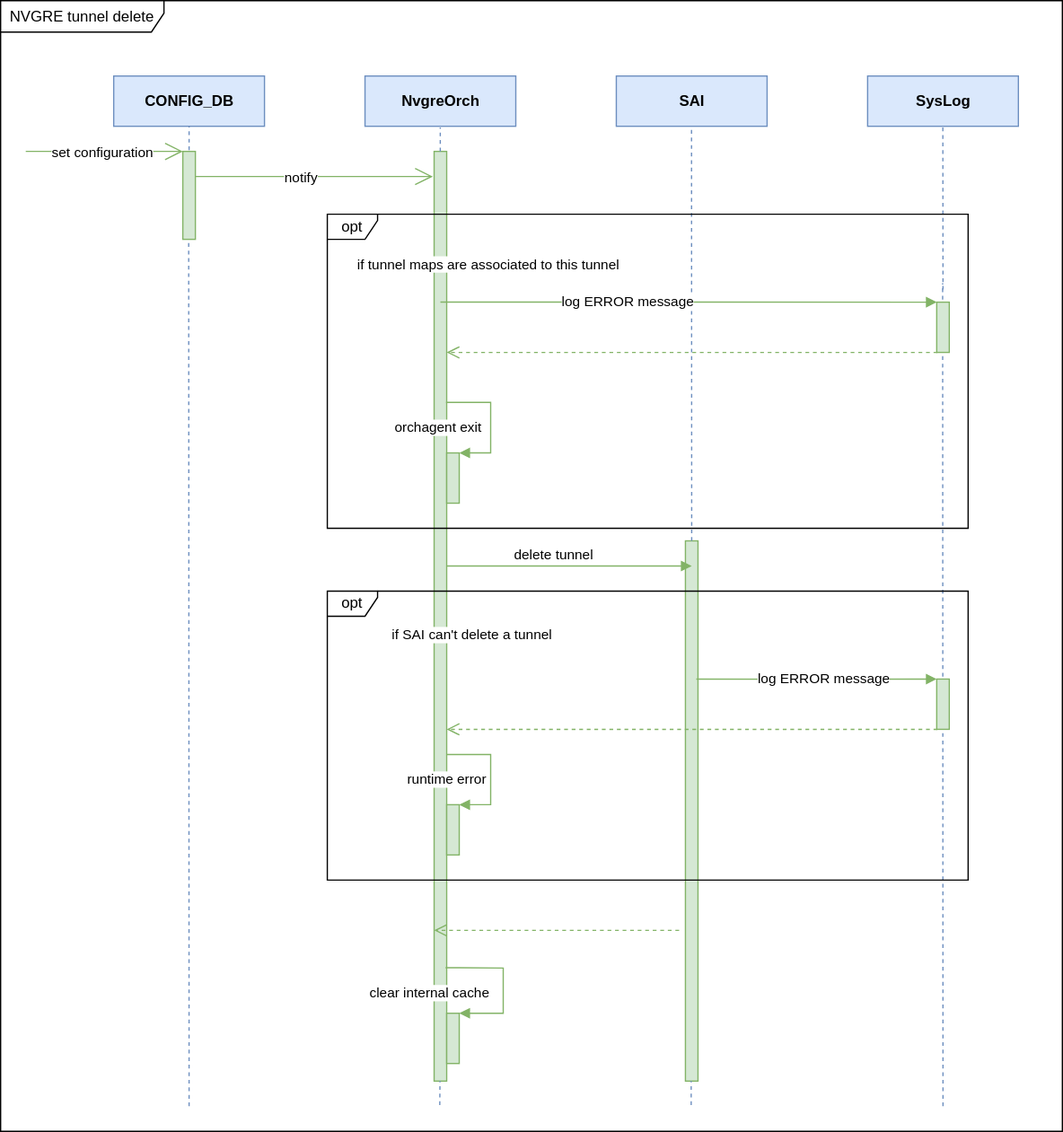
This is doc/nvgre_tunnel/images/nvgre_tunnel_delete_uml.svg from sonic-net/SONiC, a draw.io export, as it was before one commit. Source tidied: cells renumbered, new cells last; positions are measured from the earlier drawing's top-left corner, leaving out a move shared by most shapes.
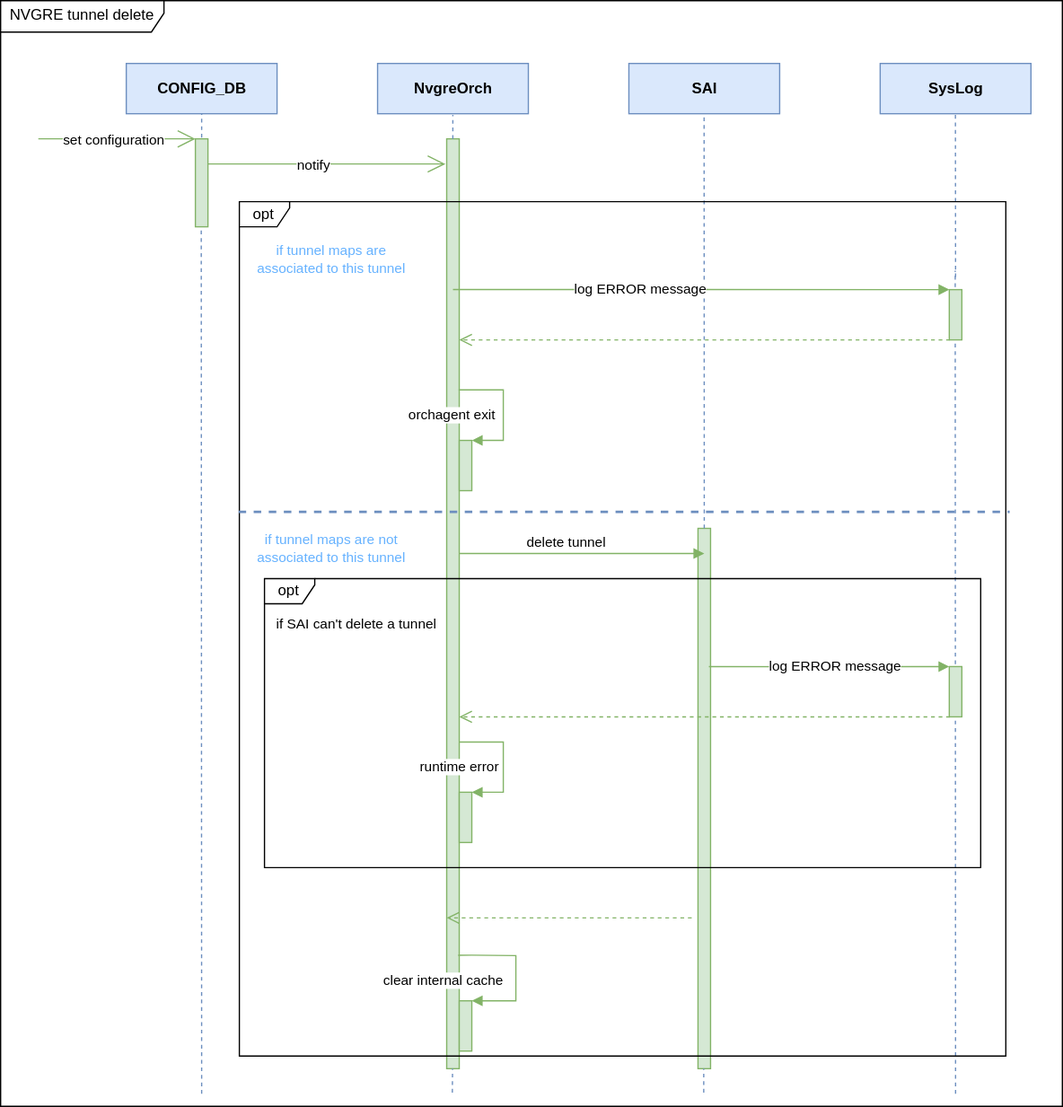
Above is the later version.

Change to the diagram source:
```diff
@@ -96,7 +96,7 @@
       </mxGeometry>
     </mxCell>
     <mxCell id="21" value="NVGRE tunnel delete" style="shape=umlFrame;whiteSpace=wrap;html=1;fillColor=#FFFFFF;width=130;height=25;" parent="1" vertex="1">
-      <mxGeometry width="845" height="900" as="geometry" />
+      <mxGeometry x="-10" y="10" width="845" height="880" as="geometry" />
     </mxCell>
     <mxCell id="22" style="html=1;points=[];perimeter=orthogonalPerimeter;fillColor=#d5e8d4;strokeColor=#82b366;" parent="1" vertex="1">
       <mxGeometry x="355" y="806" width="10" height="40" as="geometry" />
@@ -124,7 +124,7 @@
       </mxGeometry>
     </mxCell>
     <mxCell id="26" value="opt" style="shape=umlFrame;whiteSpace=wrap;html=1;width=40;height=20;fillColor=#FFFFFF;" parent="1" vertex="1">
-      <mxGeometry x="260" y="170" width="510" height="250" as="geometry" />
+      <mxGeometry x="180" y="170" width="610" height="680" as="geometry" />
     </mxCell>
     <mxCell id="27" style="html=1;perimeter=orthogonalPerimeter;fillColor=#d5e8d4;strokeColor=#82b366;" parent="1" vertex="1">
       <mxGeometry x="745" y="240" width="10" height="40" as="geometry" />
@@ -155,12 +155,12 @@
       </mxGeometry>
     </mxCell>
     <mxCell id="32" value="if SAI can't delete a tunnel" style="edgeLabel;html=1;align=center;verticalAlign=middle;" parent="1" vertex="1">
-      <mxGeometry x="422.5" y="450" as="geometry">
+      <mxGeometry x="320" y="450" as="geometry">
         <mxPoint x="-48" y="55" as="offset" />
       </mxGeometry>
     </mxCell>
-    <mxCell id="33" value="if tunnel maps are associated to this tunnel" style="edgeLabel;html=1;align=center;verticalAlign=middle;" parent="1" vertex="1">
-      <mxGeometry x="435" y="155" as="geometry">
+    <mxCell id="33" value="&lt;font color=&quot;#66b2ff&quot;&gt;if tunnel maps are&lt;br&gt;associated to this tunnel&lt;/font&gt;" style="edgeLabel;html=1;align=center;verticalAlign=middle;" parent="1" vertex="1">
+      <mxGeometry x="300" y="160" as="geometry">
         <mxPoint x="-48" y="55" as="offset" />
       </mxGeometry>
     </mxCell>
@@ -191,7 +191,15 @@
       </mxGeometry>
     </mxCell>
     <mxCell id="39" value="opt" style="shape=umlFrame;whiteSpace=wrap;html=1;width=40;height=20;fillColor=#FFFFFF;" parent="1" vertex="1">
-      <mxGeometry x="260" y="470" width="510" height="230" as="geometry" />
+      <mxGeometry x="200" y="470" width="570" height="230" as="geometry" />
     </mxCell>
+    <mxCell id="40" style="endArrow=none;dashed=1;html=1;strokeWidth=2;exitX=-0.001;exitY=0.363;exitDx=0;exitDy=0;exitPerimeter=0;fillColor=#dae8fc;strokeColor=#6c8ebf;entryX=1.005;entryY=0.363;entryDx=0;entryDy=0;entryPerimeter=0;" parent="1" edge="1" source="26" target="26">
+      <mxGeometry relative="1" as="geometry" />
+    </mxCell>
+    <mxCell id="41" value="&lt;font color=&quot;#66b2ff&quot;&gt;if tunnel maps are not&lt;br&gt;associated to this tunnel&lt;/font&gt;" style="edgeLabel;html=1;align=center;verticalAlign=middle;" parent="1" vertex="1">
+      <mxGeometry x="300" y="390" as="geometry">
+        <mxPoint x="-48" y="55" as="offset" />
+      </mxGeometry>
+    </mxCell>
   </root>
 </mxGraphModel>
```
